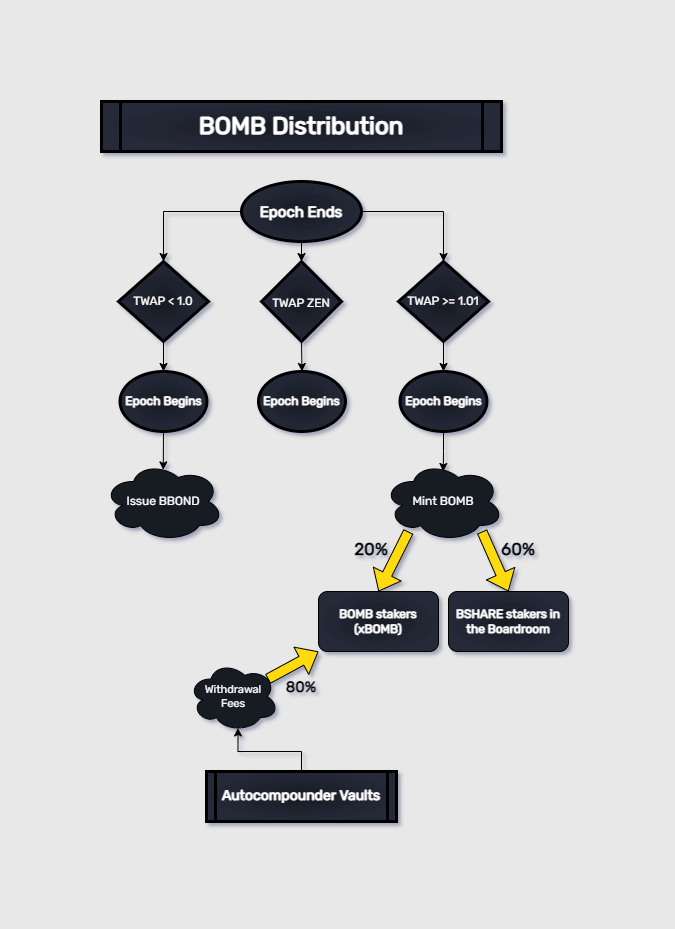
Before: .gitbook/assets/BOMB Protocol Minting Flow.drawio (2).png, a diagram exported from draw.io (bombmoney/gitbook-docs). Source tidied: cells renumbered, new cells last; positions are measured from the earlier drawing's top-left corner, leaving out a move shared by most shapes. The source it was exported from:
```xml
<mxGraphModel background="#E8E8E8" shadow="1">
  <root>
    <mxCell id="0" />
    <mxCell id="1" parent="0" />
    <mxCell id="2" value="BOMB Distribution" style="shape=process;whiteSpace=wrap;align=center;verticalAlign=middle;size=0.0475;fontStyle=1;strokeWidth=3;fillColor=#171A23;fontFamily=Rubik;fontSource=https%3A%2F%2Ffonts.googleapis.com%2Fcss%3Ffamily%3DRubik;gradientColor=#252A38;gradientDirection=radial;fontColor=#FFFFFF;fontSize=24;" parent="1" vertex="1">
      <mxGeometry width="400" height="50" as="geometry" />
    </mxCell>
    <mxCell id="3" style="edgeStyle=orthogonalEdgeStyle;rounded=0;jettySize=auto;html=1;fontFamily=Rubik;fontSource=https%3A%2F%2Ffonts.googleapis.com%2Fcss%3Ffamily%3DRubik;fontColor=#FFFFFF;" parent="1" edge="1" source="6" target="8">
      <mxGeometry relative="1" as="geometry" />
    </mxCell>
    <mxCell id="4" style="edgeStyle=orthogonalEdgeStyle;rounded=0;jettySize=auto;html=1;fontFamily=Rubik;fontSource=https%3A%2F%2Ffonts.googleapis.com%2Fcss%3Ffamily%3DRubik;fontColor=#FFFFFF;" parent="1" edge="1" source="6" target="10">
      <mxGeometry relative="1" as="geometry" />
    </mxCell>
    <mxCell id="5" style="edgeStyle=orthogonalEdgeStyle;rounded=0;jettySize=auto;html=1;fontFamily=Rubik;fontSource=https%3A%2F%2Ffonts.googleapis.com%2Fcss%3Ffamily%3DRubik;fontSize=14;fontColor=#000000;startSize=6;endSize=6;sourcePerimeterSpacing=0;targetPerimeterSpacing=0;strokeColor=default;strokeWidth=1;fillColor=#FFDA10;" parent="1" edge="1" source="6" target="29">
      <mxGeometry relative="1" as="geometry" />
    </mxCell>
    <mxCell id="6" value="Epoch Ends" style="ellipse;whiteSpace=wrap;html=1;fontFamily=Rubik;fillColor=#171A23;fontColor=#FFFFFF;fontStyle=1;strokeWidth=3;fontSource=https%3A%2F%2Ffonts.googleapis.com%2Fcss%3Ffamily%3DRubik;gradientColor=#252A38;gradientDirection=radial;fontSize=15;" parent="1" vertex="1">
      <mxGeometry x="140" y="80" width="120" height="60" as="geometry" />
    </mxCell>
    <mxCell id="7" style="edgeStyle=orthogonalEdgeStyle;rounded=0;jettySize=auto;html=1;exitX=0.5;exitY=1;exitDx=0;exitDy=0;entryX=0.5;entryY=0;entryDx=0;entryDy=0;fontFamily=Rubik;fontSource=https%3A%2F%2Ffonts.googleapis.com%2Fcss%3Ffamily%3DRubik;fontColor=#FFFFFF;" parent="1" edge="1" source="8" target="16">
      <mxGeometry relative="1" as="geometry" />
    </mxCell>
    <mxCell id="8" value="TWAP &amp;lt; 1.0" style="rhombus;whiteSpace=wrap;html=1;fontFamily=Rubik;fillColor=#171A23;fontColor=#FFFFFF;fontStyle=0;strokeWidth=3;fontSource=https%3A%2F%2Ffonts.googleapis.com%2Fcss%3Ffamily%3DRubik;gradientColor=#252A38;gradientDirection=radial;" parent="1" vertex="1">
      <mxGeometry x="17" y="160" width="90" height="80" as="geometry" />
    </mxCell>
    <mxCell id="9" style="edgeStyle=orthogonalEdgeStyle;rounded=0;jettySize=auto;html=1;exitX=0.5;exitY=1;exitDx=0;exitDy=0;entryX=0.5;entryY=0;entryDx=0;entryDy=0;fontFamily=Rubik;fontSource=https%3A%2F%2Ffonts.googleapis.com%2Fcss%3Ffamily%3DRubik;fontColor=#FFFFFF;" parent="1" edge="1" source="10" target="18">
      <mxGeometry relative="1" as="geometry" />
    </mxCell>
    <mxCell id="10" value="TWAP &amp;gt;= 1.01" style="rhombus;whiteSpace=wrap;html=1;fontFamily=Rubik;fillColor=#171A23;fontColor=#FFFFFF;fontStyle=0;strokeWidth=3;fontSource=https%3A%2F%2Ffonts.googleapis.com%2Fcss%3Ffamily%3DRubik;gradientColor=#252A38;gradientDirection=radial;" parent="1" vertex="1">
      <mxGeometry x="297" y="160" width="90" height="80" as="geometry" />
    </mxCell>
    <mxCell id="11" value="Mint BOMB" style="ellipse;shape=cloud;whiteSpace=wrap;html=1;labelBackgroundColor=none;fontFamily=Rubik;fontSource=https%3A%2F%2Ffonts.googleapis.com%2Fcss%3Ffamily%3DRubik;fontColor=#FFFFFF;fillColor=#171A23;gradientColor=none;gradientDirection=radial;" parent="1" vertex="1">
      <mxGeometry x="282" y="360" width="120" height="80" as="geometry" />
    </mxCell>
    <mxCell id="12" value="BSHARE stakers in the Boardroom" style="rounded=1;whiteSpace=wrap;html=1;labelBackgroundColor=none;fontFamily=Rubik;fontSource=https%3A%2F%2Ffonts.googleapis.com%2Fcss%3Ffamily%3DRubik;fontColor=#FFFFFF;fillColor=#171A23;gradientColor=#252A38;gradientDirection=radial;fontStyle=1;" parent="1" vertex="1">
      <mxGeometry x="347" y="490" width="120" height="60" as="geometry" />
    </mxCell>
    <mxCell id="13" value="BOMB stakers (xBOMB)" style="rounded=1;whiteSpace=wrap;html=1;labelBackgroundColor=none;fontFamily=Rubik;fontSource=https%3A%2F%2Ffonts.googleapis.com%2Fcss%3Ffamily%3DRubik;fontColor=#FFFFFF;fillColor=#171A23;gradientColor=#252A38;gradientDirection=radial;fontStyle=1;" parent="1" vertex="1">
      <mxGeometry x="217" y="490" width="120" height="60" as="geometry" />
    </mxCell>
    <mxCell id="14" value="Issue BBOND" style="ellipse;shape=cloud;whiteSpace=wrap;html=1;labelBackgroundColor=none;fontFamily=Rubik;fontSource=https%3A%2F%2Ffonts.googleapis.com%2Fcss%3Ffamily%3DRubik;fontColor=#FFFFFF;fillColor=#171A23;gradientColor=none;gradientDirection=radial;" parent="1" vertex="1">
      <mxGeometry x="2" y="360" width="120" height="80" as="geometry" />
    </mxCell>
    <mxCell id="15" style="edgeStyle=orthogonalEdgeStyle;rounded=0;jettySize=auto;html=1;exitX=0.5;exitY=1;exitDx=0;exitDy=0;entryX=0.498;entryY=0.105;entryDx=0;entryDy=0;entryPerimeter=0;fontFamily=Rubik;fontSource=https%3A%2F%2Ffonts.googleapis.com%2Fcss%3Ffamily%3DRubik;fontColor=#FFFFFF;" parent="1" edge="1" source="16" target="14">
      <mxGeometry relative="1" as="geometry" />
    </mxCell>
    <mxCell id="16" value="Epoch Begins" style="ellipse;whiteSpace=wrap;html=1;fontFamily=Rubik;fillColor=#171A23;fontColor=#FFFFFF;fontStyle=1;strokeWidth=3;fontSource=https%3A%2F%2Ffonts.googleapis.com%2Fcss%3Ffamily%3DRubik;gradientColor=#252A38;gradientDirection=radial;" parent="1" vertex="1">
      <mxGeometry x="18.5" y="270" width="87" height="60" as="geometry" />
    </mxCell>
    <mxCell id="17" style="edgeStyle=orthogonalEdgeStyle;rounded=0;jettySize=auto;html=1;exitX=0.5;exitY=1;exitDx=0;exitDy=0;entryX=0.498;entryY=0.125;entryDx=0;entryDy=0;entryPerimeter=0;fontFamily=Rubik;fontSource=https%3A%2F%2Ffonts.googleapis.com%2Fcss%3Ffamily%3DRubik;fontColor=#FFFFFF;" parent="1" edge="1" source="18" target="11">
      <mxGeometry relative="1" as="geometry" />
    </mxCell>
    <mxCell id="18" value="Epoch Begins" style="ellipse;whiteSpace=wrap;html=1;fontFamily=Rubik;fillColor=#171A23;fontColor=#FFFFFF;fontStyle=1;strokeWidth=3;fontSource=https%3A%2F%2Ffonts.googleapis.com%2Fcss%3Ffamily%3DRubik;gradientColor=#252A38;gradientDirection=radial;" parent="1" vertex="1">
      <mxGeometry x="298.5" y="270" width="87" height="60" as="geometry" />
    </mxCell>
    <mxCell id="19" value="Autocompounder Vaults" style="shape=process;whiteSpace=wrap;align=center;verticalAlign=middle;size=0.0475;fontStyle=1;strokeWidth=3;fillColor=#171A23;fontFamily=Rubik;fontSource=https%3A%2F%2Ffonts.googleapis.com%2Fcss%3Ffamily%3DRubik;gradientColor=#252A38;gradientDirection=radial;fontColor=#FFFFFF;fontSize=14;" parent="1" vertex="1">
      <mxGeometry x="105" y="670" width="190" height="50" as="geometry" />
    </mxCell>
    <mxCell id="20" style="shape=flexArrow;endArrow=classic;html=1;rounded=0;fontFamily=Rubik;fontSource=https%3A%2F%2Ffonts.googleapis.com%2Fcss%3Ffamily%3DRubik;fontColor=#FFFFFF;fillColor=#FFDA10;entryX=0.5;entryY=0;entryDx=0;entryDy=0;" parent="1" edge="1" target="12">
      <mxGeometry relative="1" as="geometry">
        <mxPoint x="380.5" y="430" as="sourcePoint" />
      </mxGeometry>
    </mxCell>
    <mxCell id="21" style="shape=flexArrow;endArrow=classic;html=1;rounded=0;fontFamily=Rubik;fontSource=https%3A%2F%2Ffonts.googleapis.com%2Fcss%3Ffamily%3DRubik;fontColor=#FFFFFF;fillColor=#FFDA10;entryX=0.5;entryY=0;entryDx=0;entryDy=0;" parent="1" edge="1" target="13">
      <mxGeometry relative="1" as="geometry">
        <mxPoint x="307" y="430" as="sourcePoint" />
      </mxGeometry>
    </mxCell>
    <mxCell id="22" value="&lt;b style=&quot;font-size: 17px&quot;&gt;&lt;font style=&quot;font-size: 17px&quot;&gt;60%&lt;/font&gt;&lt;/b&gt;" style="text;html=1;strokeColor=none;fillColor=none;align=center;verticalAlign=middle;whiteSpace=wrap;rounded=0;labelBackgroundColor=none;fontFamily=Rubik;fontSource=https%3A%2F%2Ffonts.googleapis.com%2Fcss%3Ffamily%3DRubik;fontColor=#000000;fontSize=17;" parent="1" vertex="1">
      <mxGeometry x="387" y="433" width="60" height="30" as="geometry" />
    </mxCell>
    <mxCell id="23" value="&lt;b style=&quot;font-size: 17px;&quot;&gt;&lt;font style=&quot;font-size: 17px;&quot;&gt;20%&lt;/font&gt;&lt;/b&gt;" style="text;html=1;strokeColor=none;fillColor=none;align=center;verticalAlign=middle;whiteSpace=wrap;rounded=0;labelBackgroundColor=none;fontFamily=Rubik;fontSource=https%3A%2F%2Ffonts.googleapis.com%2Fcss%3Ffamily%3DRubik;fontColor=#000000;fontSize=17;" parent="1" vertex="1">
      <mxGeometry x="240" y="433" width="60" height="30" as="geometry" />
    </mxCell>
    <mxCell id="24" style="edgeStyle=orthogonalEdgeStyle;rounded=0;jettySize=auto;html=1;exitX=0.5;exitY=0;exitDx=0;exitDy=0;entryX=0.55;entryY=0.95;entryDx=0;entryDy=0;fontFamily=Rubik;fontSource=https%3A%2F%2Ffonts.googleapis.com%2Fcss%3Ffamily%3DRubik;fontSize=18;fontColor=#000000;fillColor=#FFDA10;entryPerimeter=0;" parent="1" edge="1" source="19" target="25">
      <mxGeometry relative="1" as="geometry" />
    </mxCell>
    <mxCell id="25" value="Withdrawal&lt;br style=&quot;font-size: 11px;&quot;&gt;Fees" style="ellipse;shape=cloud;whiteSpace=wrap;html=1;labelBackgroundColor=none;fontFamily=Rubik;fontSource=https%3A%2F%2Ffonts.googleapis.com%2Fcss%3Ffamily%3DRubik;fontColor=#FFFFFF;fillColor=#171A23;gradientColor=none;gradientDirection=radial;fontSize=11;" parent="1" vertex="1">
      <mxGeometry x="87" y="560" width="90" height="70" as="geometry" />
    </mxCell>
    <mxCell id="26" style="shape=flexArrow;endArrow=classic;html=1;rounded=0;fontFamily=Rubik;fontSource=https%3A%2F%2Ffonts.googleapis.com%2Fcss%3Ffamily%3DRubik;fontColor=#FFFFFF;fillColor=#FFDA10;exitX=0.88;exitY=0.25;exitDx=0;exitDy=0;exitPerimeter=0;entryX=0;entryY=1;entryDx=0;entryDy=0;strokeWidth=1;strokeColor=default;endSize=6;startSize=6;sourcePerimeterSpacing=0;targetPerimeterSpacing=0;" parent="1" edge="1" source="25" target="13">
      <mxGeometry relative="1" as="geometry" />
    </mxCell>
    <mxCell id="27" value="&lt;b style=&quot;font-size: 15px;&quot;&gt;&lt;font style=&quot;font-size: 15px;&quot;&gt;80%&lt;/font&gt;&lt;/b&gt;" style="text;html=1;strokeColor=none;fillColor=none;align=center;verticalAlign=middle;whiteSpace=wrap;rounded=0;labelBackgroundColor=none;fontFamily=Rubik;fontSource=https%3A%2F%2Ffonts.googleapis.com%2Fcss%3Ffamily%3DRubik;fontColor=#000000;fontSize=15;" parent="1" vertex="1">
      <mxGeometry x="170" y="570" width="60" height="30" as="geometry" />
    </mxCell>
    <mxCell id="28" style="edgeStyle=orthogonalEdgeStyle;rounded=0;jettySize=auto;html=1;exitX=0.5;exitY=1;exitDx=0;exitDy=0;entryX=0.5;entryY=0;entryDx=0;entryDy=0;fontFamily=Rubik;fontSource=https%3A%2F%2Ffonts.googleapis.com%2Fcss%3Ffamily%3DRubik;fontSize=12;fontColor=#000000;startSize=6;endSize=6;sourcePerimeterSpacing=0;targetPerimeterSpacing=0;strokeColor=default;strokeWidth=1;fillColor=#FFDA10;" parent="1" edge="1" source="29" target="30">
      <mxGeometry relative="1" as="geometry" />
    </mxCell>
    <mxCell id="29" value="&lt;font style=&quot;font-size: 12px&quot;&gt;TWAP ZEN&lt;/font&gt;" style="rhombus;whiteSpace=wrap;html=1;fontSize=15;fontFamily=Rubik;fillColor=#171A23;fontColor=#FFFFFF;fontStyle=0;strokeWidth=3;fontSource=https%3A%2F%2Ffonts.googleapis.com%2Fcss%3Ffamily%3DRubik;gradientColor=#252A38;gradientDirection=radial;" parent="1" vertex="1">
      <mxGeometry x="160" y="160" width="80" height="80" as="geometry" />
    </mxCell>
    <mxCell id="30" value="Epoch Begins" style="ellipse;whiteSpace=wrap;html=1;fontFamily=Rubik;fillColor=#171A23;fontColor=#FFFFFF;fontStyle=1;strokeWidth=3;fontSource=https%3A%2F%2Ffonts.googleapis.com%2Fcss%3Ffamily%3DRubik;gradientColor=#252A38;gradientDirection=radial;" parent="1" vertex="1">
      <mxGeometry x="157" y="270" width="87" height="60" as="geometry" />
    </mxCell>
  </root>
</mxGraphModel>
```
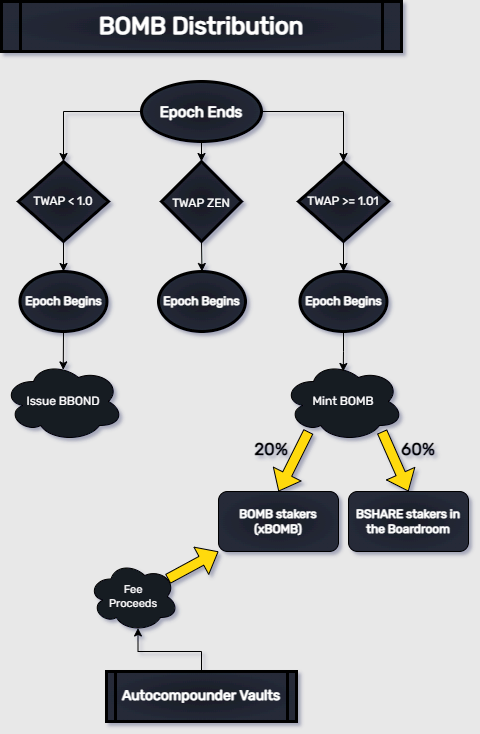
The same file after the commit.

Commit message:
GitBook: [#52] No subject

Diff of the diagram source:
```diff
@@ -75,15 +75,12 @@
     <mxCell id="24" style="edgeStyle=orthogonalEdgeStyle;rounded=0;jettySize=auto;html=1;exitX=0.5;exitY=0;exitDx=0;exitDy=0;entryX=0.55;entryY=0.95;entryDx=0;entryDy=0;fontFamily=Rubik;fontSource=https%3A%2F%2Ffonts.googleapis.com%2Fcss%3Ffamily%3DRubik;fontSize=18;fontColor=#000000;fillColor=#FFDA10;entryPerimeter=0;" parent="1" edge="1" source="19" target="25">
       <mxGeometry relative="1" as="geometry" />
     </mxCell>
-    <mxCell id="25" value="Withdrawal&lt;br style=&quot;font-size: 11px;&quot;&gt;Fees" style="ellipse;shape=cloud;whiteSpace=wrap;html=1;labelBackgroundColor=none;fontFamily=Rubik;fontSource=https%3A%2F%2Ffonts.googleapis.com%2Fcss%3Ffamily%3DRubik;fontColor=#FFFFFF;fillColor=#171A23;gradientColor=none;gradientDirection=radial;fontSize=11;" parent="1" vertex="1">
+    <mxCell id="25" value="Fee&lt;br&gt;Proceeds" style="ellipse;shape=cloud;whiteSpace=wrap;html=1;labelBackgroundColor=none;fontFamily=Rubik;fontSource=https%3A%2F%2Ffonts.googleapis.com%2Fcss%3Ffamily%3DRubik;fontColor=#FFFFFF;fillColor=#171A23;gradientColor=none;gradientDirection=radial;fontSize=11;" parent="1" vertex="1">
       <mxGeometry x="87" y="560" width="90" height="70" as="geometry" />
     </mxCell>
     <mxCell id="26" style="shape=flexArrow;endArrow=classic;html=1;rounded=0;fontFamily=Rubik;fontSource=https%3A%2F%2Ffonts.googleapis.com%2Fcss%3Ffamily%3DRubik;fontColor=#FFFFFF;fillColor=#FFDA10;exitX=0.88;exitY=0.25;exitDx=0;exitDy=0;exitPerimeter=0;entryX=0;entryY=1;entryDx=0;entryDy=0;strokeWidth=1;strokeColor=default;endSize=6;startSize=6;sourcePerimeterSpacing=0;targetPerimeterSpacing=0;" parent="1" edge="1" source="25" target="13">
       <mxGeometry relative="1" as="geometry" />
     </mxCell>
-    <mxCell id="27" value="&lt;b style=&quot;font-size: 15px;&quot;&gt;&lt;font style=&quot;font-size: 15px;&quot;&gt;80%&lt;/font&gt;&lt;/b&gt;" style="text;html=1;strokeColor=none;fillColor=none;align=center;verticalAlign=middle;whiteSpace=wrap;rounded=0;labelBackgroundColor=none;fontFamily=Rubik;fontSource=https%3A%2F%2Ffonts.googleapis.com%2Fcss%3Ffamily%3DRubik;fontColor=#000000;fontSize=15;" parent="1" vertex="1">
-      <mxGeometry x="170" y="570" width="60" height="30" as="geometry" />
-    </mxCell>
     <mxCell id="28" style="edgeStyle=orthogonalEdgeStyle;rounded=0;jettySize=auto;html=1;exitX=0.5;exitY=1;exitDx=0;exitDy=0;entryX=0.5;entryY=0;entryDx=0;entryDy=0;fontFamily=Rubik;fontSource=https%3A%2F%2Ffonts.googleapis.com%2Fcss%3Ffamily%3DRubik;fontSize=12;fontColor=#000000;startSize=6;endSize=6;sourcePerimeterSpacing=0;targetPerimeterSpacing=0;strokeColor=default;strokeWidth=1;fillColor=#FFDA10;" parent="1" edge="1" source="29" target="30">
       <mxGeometry relative="1" as="geometry" />
     </mxCell>
```
